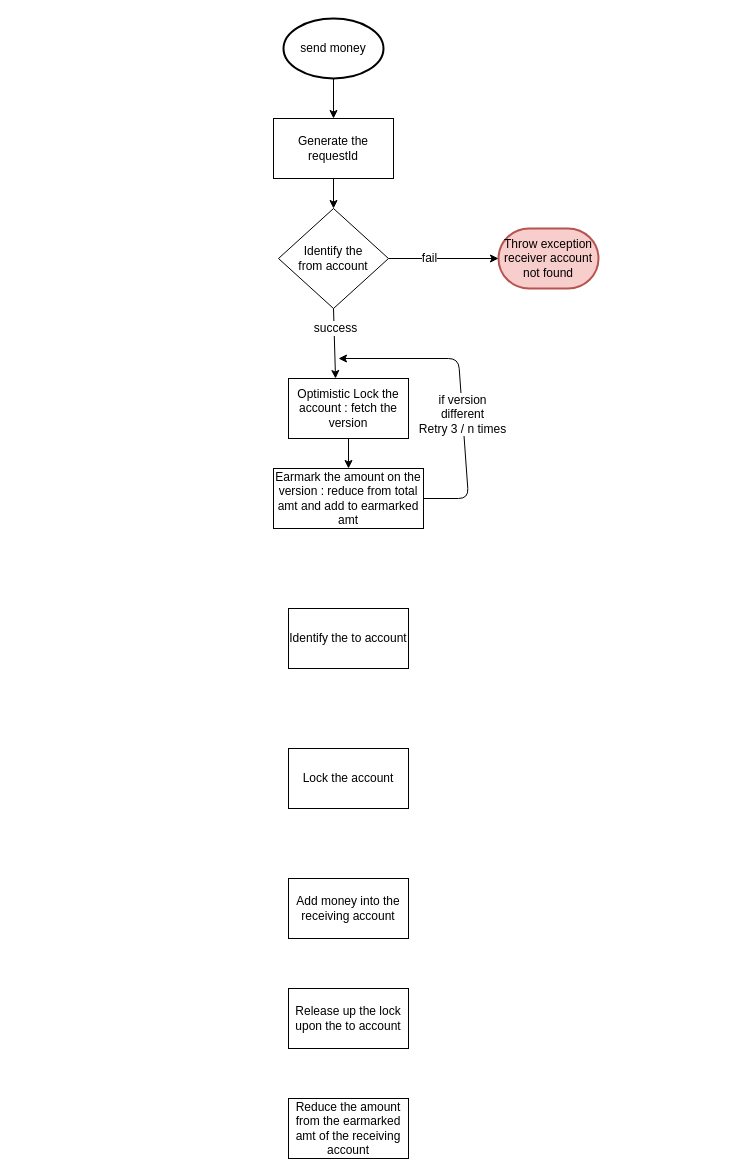
Earlier version of the draw.io diagram FlowDiagram.drawio (himkak/moneyTransfer). Source tidied: cells renumbered, new cells numbered last; positions are measured from the earlier drawing's top-left corner, leaving out a move shared by most shapes. Both pictures are drawn from the tidied source at 100%, with x=0, y=0 at pixel (273, 18).
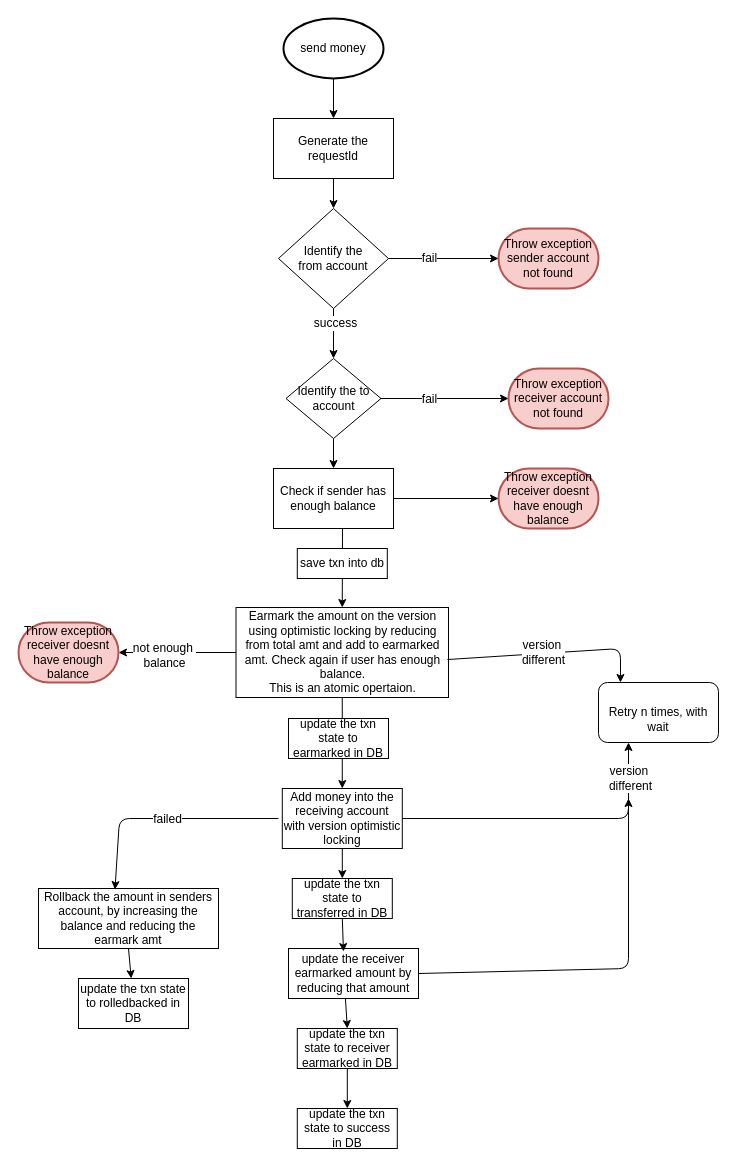
Above is the later version.

Unchanged cells that the change refers to:
```xml
<mxCell id="10" value="&lt;span style=&quot;white-space: normal&quot;&gt;Identify the &lt;br&gt;from account&lt;/span&gt;" style="rhombus;whiteSpace=wrap;html=1;" parent="1" vertex="1">
  <mxGeometry x="5" y="190" width="110" height="100" as="geometry" />
</mxCell>
```

Diff of the diagram source:
```diff
@@
-    <mxCell id="3" value="Optimistic Lock the account : fetch the version" style="rounded=0;whiteSpace=wrap;html=1;" parent="1" vertex="1">
-      <mxGeometry x="15" y="360" width="120" height="60" as="geometry" />
-    </mxCell>
-    <mxCell id="4" value="Earmark the amount on the version : reduce from total amt and add to earmarked amt" style="rounded=0;whiteSpace=wrap;html=1;" parent="1" vertex="1">
-      <mxGeometry y="450" width="150" height="60" as="geometry" />
+    <mxCell id="4" value="Earmark the amount on the version using optimistic locking by reducing from total amt and add to earmarked amt. Check again if user has enough balance.&lt;br&gt;This is an atomic opertaion." style="rounded=0;whiteSpace=wrap;html=1;" parent="1" vertex="1">
+      <mxGeometry x="-37.5" y="589" width="212.5" height="90" as="geometry" />
     </mxCell>
-    <mxCell id="5" value="Identify the to account" style="rounded=0;whiteSpace=wrap;html=1;" parent="1" vertex="1">
-      <mxGeometry x="15" y="590" width="120" height="60" as="geometry" />
-    </mxCell>
-    <mxCell id="6" value="Lock the account" style="rounded=0;whiteSpace=wrap;html=1;" parent="1" vertex="1">
-      <mxGeometry x="15" y="730" width="120" height="60" as="geometry" />
-    </mxCell>
-    <mxCell id="7" value="Add money into the receiving account" style="rounded=0;whiteSpace=wrap;html=1;" parent="1" vertex="1">
-      <mxGeometry x="15" y="860" width="120" height="60" as="geometry" />
+    <mxCell id="7" value="Add money into the receiving account with version optimistic locking" style="rounded=0;whiteSpace=wrap;html=1;" parent="1" vertex="1">
+      <mxGeometry x="8.8" y="770" width="120" height="60" as="geometry" />
     </mxCell>
-    <mxCell id="8" value="Release up the lock upon the to account" style="rounded=0;whiteSpace=wrap;html=1;" parent="1" vertex="1">
-      <mxGeometry x="15" y="970" width="120" height="60" as="geometry" />
+    <mxCell id="8" value="update the receiver earmarked amount by reducing that amount" style="rounded=0;whiteSpace=wrap;html=1;" parent="1" vertex="1">
+      <mxGeometry x="15" y="930" width="130" height="50" as="geometry" />
     </mxCell>
-    <mxCell id="9" value="Reduce the amount from the earmarked amt of the receiving account" style="rounded=0;whiteSpace=wrap;html=1;" parent="1" vertex="1">
-      <mxGeometry x="15" y="1080" width="120" height="60" as="geometry" />
-    </mxCell>
@@
-    <mxCell id="11" value="Throw exception receiver account not found" style="strokeWidth=2;html=1;shape=mxgraph.flowchart.terminator;whiteSpace=wrap;fillColor=#f8cecc;strokeColor=#b85450;" parent="1" vertex="1">
+    <mxCell id="11" value="Throw exception sender account not found" style="strokeWidth=2;html=1;shape=mxgraph.flowchart.terminator;whiteSpace=wrap;fillColor=#f8cecc;strokeColor=#b85450;" parent="1" vertex="1">
       <mxGeometry x="225" y="210" width="100" height="60" as="geometry" />
     </mxCell>
@@
-    <mxCell id="14" style="endArrow=classic;html=1;exitX=0.5;exitY=1;exitDx=0;exitDy=0;entryX=0.392;entryY=0;entryDx=0;entryDy=0;entryPerimeter=0;" parent="1" edge="1" source="10" target="3">
-      <mxGeometry relative="1" as="geometry" />
+    <mxCell id="14" style="endArrow=classic;html=1;exitX=0.5;exitY=1;exitDx=0;exitDy=0;" parent="1" edge="1" source="10">
+      <mxGeometry relative="1" as="geometry">
+        <mxPoint x="60" y="340" as="targetPoint" />
+      </mxGeometry>
     </mxCell>
@@
-    <mxCell id="19" style="endArrow=classic;html=1;exitX=1;exitY=0.5;exitDx=0;exitDy=0;" parent="1" edge="1" source="4">
-      <mxGeometry relative="1" as="geometry">
-        <mxPoint x="65" y="340" as="targetPoint" />
-        <Array as="points">
-          <mxPoint x="195" y="480" />
-          <mxPoint x="185" y="340" />
-        </Array>
-      </mxGeometry>
-    </mxCell>
-    <mxCell id="20" value="if version &lt;br&gt;different&lt;br&gt;Retry 3 / n times" style="text;html=1;align=center;verticalAlign=middle;labelBackgroundColor=#ffffff;" parent="19" vertex="1">
-      <mxGeometry x="-0.15" relative="1" as="geometry" />
-    </mxCell>
-    <mxCell id="21" style="endArrow=classic;html=1;exitX=0.5;exitY=1;exitDx=0;exitDy=0;entryX=0.5;entryY=0;entryDx=0;entryDy=0;" parent="1" edge="1" source="3" target="4">
-      <mxGeometry relative="1" as="geometry" />
-    </mxCell>
+    <mxCell id="22" style="endArrow=classic;html=1;exitX=0.5;exitY=1;exitDx=0;exitDy=0;entryX=0.5;entryY=0;entryDx=0;entryDy=0;" parent="1" edge="1" source="5" target="23">
+      <mxGeometry relative="1" as="geometry" />
+    </mxCell>
+    <mxCell id="23" value="Check if sender has enough balance" style="rounded=0;whiteSpace=wrap;html=1;" parent="1" vertex="1">
+      <mxGeometry y="450" width="120" height="60" as="geometry" />
+    </mxCell>
+    <mxCell id="5" value="&lt;span style=&quot;white-space: normal&quot;&gt;Identify the to account&lt;/span&gt;" style="rhombus;whiteSpace=wrap;html=1;" parent="1" vertex="1">
+      <mxGeometry x="12.5" y="340" width="95" height="80" as="geometry" />
+    </mxCell>
+    <mxCell id="24" value="Throw exception receiver account not found" style="strokeWidth=2;html=1;shape=mxgraph.flowchart.terminator;whiteSpace=wrap;fillColor=#f8cecc;strokeColor=#b85450;" parent="1" vertex="1">
+      <mxGeometry x="235" y="350" width="100" height="60" as="geometry" />
+    </mxCell>
+    <mxCell id="25" style="endArrow=classic;html=1;exitX=1;exitY=0.5;exitDx=0;exitDy=0;entryX=0;entryY=0.5;entryDx=0;entryDy=0;entryPerimeter=0;" parent="1" edge="1" source="5" target="24">
+      <mxGeometry relative="1" as="geometry" />
+    </mxCell>
+    <mxCell id="26" value="fail" style="text;html=1;align=center;verticalAlign=middle;labelBackgroundColor=#ffffff;" parent="25" vertex="1">
+      <mxGeometry x="-0.24" relative="1" as="geometry" />
+    </mxCell>
+    <mxCell id="27" style="endArrow=classic;html=1;entryX=0.5;entryY=0;entryDx=0;entryDy=0;" parent="1" edge="1" target="4">
+      <mxGeometry relative="1" as="geometry">
+        <mxPoint x="69" y="510" as="sourcePoint" />
+      </mxGeometry>
+    </mxCell>
+    <mxCell id="28" value="Throw exception receiver doesnt have enough balance" style="strokeWidth=2;html=1;shape=mxgraph.flowchart.terminator;whiteSpace=wrap;fillColor=#f8cecc;strokeColor=#b85450;" parent="1" vertex="1">
+      <mxGeometry x="225" y="450" width="100" height="60" as="geometry" />
+    </mxCell>
+    <mxCell id="29" style="endArrow=classic;html=1;entryX=0;entryY=0.5;entryDx=0;entryDy=0;entryPerimeter=0;exitX=1;exitY=0.5;exitDx=0;exitDy=0;" parent="1" edge="1" source="23" target="28">
+      <mxGeometry relative="1" as="geometry" />
+    </mxCell>
+    <mxCell id="30" value="&lt;br&gt;&lt;span style=&quot;background-color: rgb(255 , 255 , 255)&quot;&gt;Retry n times, with wait&lt;/span&gt;" style="rounded=1;whiteSpace=wrap;html=1;" parent="1" vertex="1">
+      <mxGeometry x="325" y="664" width="120" height="60" as="geometry" />
+    </mxCell>
+    <mxCell id="31" style="endArrow=classic;html=1;exitX=0.995;exitY=0.578;exitDx=0;exitDy=0;exitPerimeter=0;entryX=0.183;entryY=0;entryDx=0;entryDy=0;entryPerimeter=0;" parent="1" edge="1" source="4" target="30">
+      <mxGeometry relative="1" as="geometry">
+        <Array as="points">
+          <mxPoint x="347" y="630" />
+        </Array>
+      </mxGeometry>
+    </mxCell>
+    <mxCell id="32" value="&lt;span style=&quot;white-space: normal&quot;&gt;version&amp;nbsp;&lt;/span&gt;&lt;br style=&quot;white-space: normal ; background-color: rgb(248 , 249 , 250)&quot;&gt;&lt;span style=&quot;white-space: normal&quot;&gt;different&lt;/span&gt;" style="text;html=1;align=center;verticalAlign=middle;labelBackgroundColor=#ffffff;" parent="31" vertex="1">
+      <mxGeometry x="-0.07" y="1" relative="1" as="geometry" />
+    </mxCell>
+    <mxCell id="33" style="endArrow=classic;html=1;exitX=0;exitY=0.5;exitDx=0;exitDy=0;entryX=1;entryY=0.5;entryDx=0;entryDy=0;entryPerimeter=0;" parent="1" edge="1" source="4" target="35">
+      <mxGeometry relative="1" as="geometry" />
+    </mxCell>
+    <mxCell id="34" value="not enough&amp;nbsp;&lt;br&gt;balance" style="text;html=1;align=center;verticalAlign=middle;labelBackgroundColor=#ffffff;" parent="33" vertex="1">
+      <mxGeometry x="0.22" y="2" relative="1" as="geometry" />
+    </mxCell>
+    <mxCell id="35" value="Throw exception receiver doesnt have enough balance" style="strokeWidth=2;html=1;shape=mxgraph.flowchart.terminator;whiteSpace=wrap;fillColor=#f8cecc;strokeColor=#b85450;" parent="1" vertex="1">
+      <mxGeometry x="-255" y="604" width="100" height="60" as="geometry" />
+    </mxCell>
+    <mxCell id="36" style="endArrow=classic;html=1;exitX=0.5;exitY=1;exitDx=0;exitDy=0;" parent="1" edge="1" source="4" target="7">
+      <mxGeometry relative="1" as="geometry" />
+    </mxCell>
+    <mxCell id="37" value="save txn into db" style="rounded=0;whiteSpace=wrap;html=1;" parent="1" vertex="1">
+      <mxGeometry x="23.8" y="530" width="90" height="30" as="geometry" />
+    </mxCell>
+    <mxCell id="38" value="update the txn state to earmarked in DB" style="rounded=0;whiteSpace=wrap;html=1;" parent="1" vertex="1">
+      <mxGeometry x="15" y="700" width="100" height="40" as="geometry" />
+    </mxCell>
+    <mxCell id="39" value="update the txn state to transferred in DB" style="rounded=0;whiteSpace=wrap;html=1;" parent="1" vertex="1">
+      <mxGeometry x="18.8" y="860" width="100" height="40" as="geometry" />
+    </mxCell>
+    <mxCell id="40" value="update the txn state to receiver earmarked in DB" style="rounded=0;whiteSpace=wrap;html=1;" parent="1" vertex="1">
+      <mxGeometry x="23.8" y="1010" width="100" height="40" as="geometry" />
+    </mxCell>
+    <mxCell id="41" value="update the txn state to success in DB" style="rounded=0;whiteSpace=wrap;html=1;" parent="1" vertex="1">
+      <mxGeometry x="23.8" y="1090" width="100" height="40" as="geometry" />
+    </mxCell>
+    <mxCell id="42" value="Rollback the amount in senders account, by increasing the balance and reducing the earmark amt" style="rounded=0;whiteSpace=wrap;html=1;" parent="1" vertex="1">
+      <mxGeometry x="-235" y="870" width="180" height="60" as="geometry" />
+    </mxCell>
+    <mxCell id="43" style="endArrow=classic;html=1;entryX=0.425;entryY=0.017;entryDx=0;entryDy=0;entryPerimeter=0;" parent="1" edge="1" target="42">
+      <mxGeometry relative="1" as="geometry">
+        <mxPoint x="5" y="800" as="sourcePoint" />
+        <Array as="points">
+          <mxPoint x="-154" y="800" />
+        </Array>
+      </mxGeometry>
+    </mxCell>
+    <mxCell id="44" value="failed" style="text;html=1;align=center;verticalAlign=middle;labelBackgroundColor=#ffffff;" parent="43" vertex="1">
+      <mxGeometry x="-0.03" relative="1" as="geometry" />
+    </mxCell>
+    <mxCell id="45" style="endArrow=classic;html=1;exitX=1;exitY=0.5;exitDx=0;exitDy=0;entryX=0.25;entryY=1;entryDx=0;entryDy=0;" parent="1" edge="1" source="7" target="30">
+      <mxGeometry relative="1" as="geometry">
+        <Array as="points">
+          <mxPoint x="355" y="800" />
+        </Array>
+      </mxGeometry>
+    </mxCell>
+    <mxCell id="46" value="&lt;span style=&quot;white-space: normal&quot;&gt;version&amp;nbsp;&lt;/span&gt;&lt;br style=&quot;white-space: normal ; background-color: rgb(248 , 249 , 250)&quot;&gt;&lt;span style=&quot;white-space: normal&quot;&gt;different&lt;/span&gt;" style="text;html=1;align=center;verticalAlign=middle;labelBackgroundColor=#ffffff;" parent="45" vertex="1">
+      <mxGeometry x="0.5" y="24" relative="1" as="geometry">
+        <mxPoint x="25" y="-40.2" as="offset" />
+      </mxGeometry>
+    </mxCell>
+    <mxCell id="47" style="endArrow=classic;html=1;exitX=0.5;exitY=1;exitDx=0;exitDy=0;entryX=0.5;entryY=0;entryDx=0;entryDy=0;" parent="1" edge="1" source="7" target="39">
+      <mxGeometry relative="1" as="geometry" />
+    </mxCell>
+    <mxCell id="48" style="endArrow=classic;html=1;exitX=0.5;exitY=1;exitDx=0;exitDy=0;entryX=0.423;entryY=0.06;entryDx=0;entryDy=0;entryPerimeter=0;" parent="1" edge="1" source="39" target="8">
+      <mxGeometry relative="1" as="geometry" />
+    </mxCell>
+    <mxCell id="49" style="endArrow=classic;html=1;exitX=1;exitY=0.5;exitDx=0;exitDy=0;" parent="1" edge="1" source="8">
+      <mxGeometry relative="1" as="geometry">
+        <mxPoint x="355" y="780" as="targetPoint" />
+        <Array as="points">
+          <mxPoint x="355" y="950" />
+        </Array>
+      </mxGeometry>
+    </mxCell>
+    <mxCell id="50" style="endArrow=classic;html=1;exitX=0.438;exitY=1;exitDx=0;exitDy=0;exitPerimeter=0;entryX=0.5;entryY=0;entryDx=0;entryDy=0;" parent="1" edge="1" source="8" target="40">
+      <mxGeometry relative="1" as="geometry" />
+    </mxCell>
+    <mxCell id="51" style="endArrow=classic;html=1;exitX=0.5;exitY=1;exitDx=0;exitDy=0;" parent="1" edge="1" source="40" target="41">
+      <mxGeometry relative="1" as="geometry" />
+    </mxCell>
+    <mxCell id="52" value="update the txn state to rolledbacked in DB" style="rounded=0;whiteSpace=wrap;html=1;" parent="1" vertex="1">
+      <mxGeometry x="-195" y="960" width="110" height="50" as="geometry" />
+    </mxCell>
+    <mxCell id="53" style="endArrow=classic;html=1;exitX=0.5;exitY=1;exitDx=0;exitDy=0;" parent="1" edge="1" source="42" target="52">
+      <mxGeometry relative="1" as="geometry" />
+    </mxCell>
```
